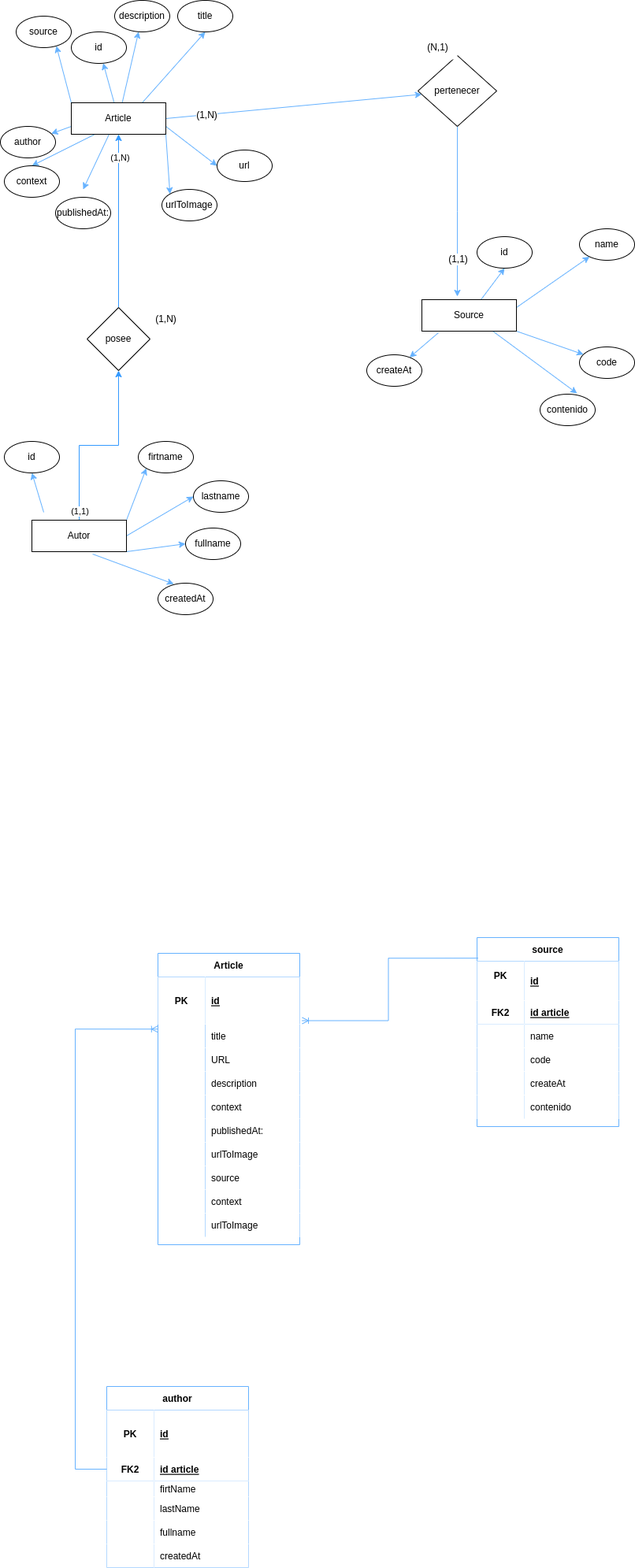
Above: info.png in santy-ramirez/basededatos (draw.io), before the change. Source tidied: cells renumbered, new cells last; positions are measured from the earlier drawing's top-left corner, leaving out a move shared by most shapes.
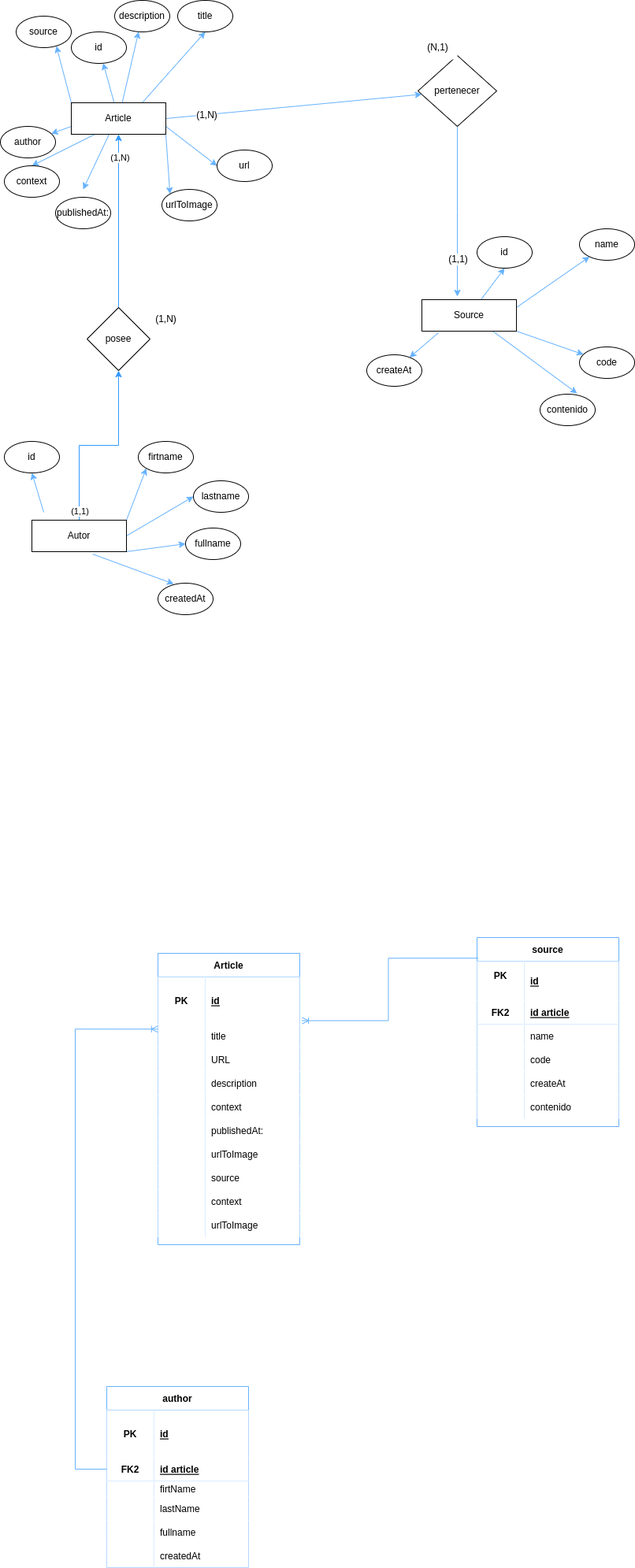
Later version of the same file.

What changed in the source:
```diff
@@ -184,7 +184,7 @@
     <mxCell id="59" style="shape=tableRow;horizontal=0;startSize=0;swimlaneHead=0;swimlaneBody=0;fillColor=none;points=[[0,0.5],[1,0.5]];portConstraint=eastwest;top=0;left=0;right=0;bottom=0;" parent="55" vertex="1">
       <mxGeometry y="90" width="180" height="30" as="geometry" />
     </mxCell>
-    <mxCell id="60" style="shape=partialRectangle;fillColor=none;top=0;left=0;bottom=0;right=0;overflow=hidden;" parent="59" vertex="1">
+    <mxCell id="60" style="shape=partialRectangle;fillColor=default;top=0;left=0;bottom=0;right=0;overflow=hidden;" parent="59" vertex="1">
       <mxGeometry width="60" height="30" as="geometry" />
     </mxCell>
     <mxCell id="61" value="title" style="shape=partialRectangle;fillColor=default;top=0;left=0;bottom=0;right=0;align=left;spacingLeft=6;overflow=hidden;" parent="59" vertex="1">
@@ -193,7 +193,7 @@
     <mxCell id="62" style="shape=tableRow;horizontal=0;startSize=0;swimlaneHead=0;swimlaneBody=0;fillColor=none;top=0;left=0;right=0;bottom=0;" parent="55" vertex="1">
       <mxGeometry y="120" width="180" height="30" as="geometry" />
     </mxCell>
-    <mxCell id="63" style="shape=partialRectangle;fillColor=none;top=0;left=0;bottom=0;right=0;overflow=hidden;" parent="62" vertex="1">
+    <mxCell id="63" style="shape=partialRectangle;fillColor=default;top=0;left=0;bottom=0;right=0;overflow=hidden;" parent="62" vertex="1">
       <mxGeometry width="60" height="30" as="geometry" />
     </mxCell>
     <mxCell id="64" value="URL" style="shape=partialRectangle;fillColor=default;top=0;left=0;bottom=0;right=0;align=left;spacingLeft=6;overflow=hidden;" parent="62" vertex="1">
@@ -202,7 +202,7 @@
     <mxCell id="65" style="shape=tableRow;horizontal=0;startSize=0;swimlaneHead=0;swimlaneBody=0;fillColor=none;top=0;left=0;right=0;bottom=0;" parent="55" vertex="1">
       <mxGeometry y="150" width="180" height="30" as="geometry" />
     </mxCell>
-    <mxCell id="66" style="shape=partialRectangle;fillColor=none;top=0;left=0;bottom=0;right=0;overflow=hidden;" parent="65" vertex="1">
+    <mxCell id="66" style="shape=partialRectangle;fillColor=default;top=0;left=0;bottom=0;right=0;overflow=hidden;" parent="65" vertex="1">
       <mxGeometry width="60" height="30" as="geometry" />
     </mxCell>
     <mxCell id="67" value="description" style="shape=partialRectangle;fillColor=default;top=0;left=0;bottom=0;right=0;align=left;spacingLeft=6;overflow=hidden;" parent="65" vertex="1">
@@ -211,7 +211,7 @@
     <mxCell id="68" style="shape=tableRow;horizontal=0;startSize=0;swimlaneHead=0;swimlaneBody=0;fillColor=none;top=0;left=0;right=0;bottom=0;" parent="55" vertex="1">
       <mxGeometry y="180" width="180" height="30" as="geometry" />
     </mxCell>
-    <mxCell id="69" style="shape=partialRectangle;fillColor=none;top=0;left=0;bottom=0;right=0;overflow=hidden;" parent="68" vertex="1">
+    <mxCell id="69" style="shape=partialRectangle;fillColor=default;top=0;left=0;bottom=0;right=0;overflow=hidden;" parent="68" vertex="1">
       <mxGeometry width="60" height="30" as="geometry" />
     </mxCell>
     <mxCell id="70" value="context" style="shape=partialRectangle;fillColor=default;top=0;left=0;bottom=0;right=0;align=left;spacingLeft=6;overflow=hidden;" parent="68" vertex="1">
@@ -220,7 +220,7 @@
     <mxCell id="71" style="shape=tableRow;horizontal=0;startSize=0;swimlaneHead=0;swimlaneBody=0;fillColor=none;top=0;left=0;right=0;bottom=0;" parent="55" vertex="1">
       <mxGeometry y="210" width="180" height="30" as="geometry" />
     </mxCell>
-    <mxCell id="72" style="shape=partialRectangle;fillColor=none;top=0;left=0;bottom=0;right=0;overflow=hidden;" parent="71" vertex="1">
+    <mxCell id="72" style="shape=partialRectangle;fillColor=default;top=0;left=0;bottom=0;right=0;overflow=hidden;" parent="71" vertex="1">
       <mxGeometry width="60" height="30" as="geometry" />
     </mxCell>
     <mxCell id="73" value="publishedAt:" style="shape=partialRectangle;fillColor=default;top=0;left=0;bottom=0;right=0;align=left;spacingLeft=6;overflow=hidden;" parent="71" vertex="1">
@@ -229,7 +229,7 @@
     <mxCell id="74" style="shape=tableRow;horizontal=0;startSize=0;swimlaneHead=0;swimlaneBody=0;fillColor=none;top=0;left=0;right=0;bottom=0;" parent="55" vertex="1">
       <mxGeometry y="240" width="180" height="30" as="geometry" />
     </mxCell>
-    <mxCell id="75" style="shape=partialRectangle;fillColor=none;top=0;left=0;bottom=0;right=0;overflow=hidden;" parent="74" vertex="1">
+    <mxCell id="75" style="shape=partialRectangle;fillColor=default;top=0;left=0;bottom=0;right=0;overflow=hidden;" parent="74" vertex="1">
       <mxGeometry width="60" height="30" as="geometry" />
     </mxCell>
     <mxCell id="76" value="urlToImage" style="shape=partialRectangle;fillColor=default;top=0;left=0;bottom=0;right=0;align=left;spacingLeft=6;overflow=hidden;" parent="74" vertex="1">
@@ -238,7 +238,7 @@
     <mxCell id="77" style="shape=tableRow;horizontal=0;startSize=0;swimlaneHead=0;swimlaneBody=0;fillColor=none;top=0;left=0;right=0;bottom=0;" parent="55" vertex="1">
       <mxGeometry y="270" width="180" height="30" as="geometry" />
     </mxCell>
-    <mxCell id="78" style="shape=partialRectangle;fillColor=none;top=0;left=0;bottom=0;right=0;overflow=hidden;" parent="77" vertex="1">
+    <mxCell id="78" style="shape=partialRectangle;fillColor=default;top=0;left=0;bottom=0;right=0;overflow=hidden;" parent="77" vertex="1">
       <mxGeometry width="60" height="30" as="geometry" />
     </mxCell>
     <mxCell id="79" value="source" style="shape=partialRectangle;fillColor=default;top=0;left=0;bottom=0;right=0;align=left;spacingLeft=6;overflow=hidden;" parent="77" vertex="1">
@@ -247,7 +247,7 @@
     <mxCell id="80" style="shape=tableRow;horizontal=0;startSize=0;swimlaneHead=0;swimlaneBody=0;fillColor=none;top=0;left=0;right=0;bottom=0;" parent="55" vertex="1">
       <mxGeometry y="300" width="180" height="30" as="geometry" />
     </mxCell>
-    <mxCell id="81" style="shape=partialRectangle;fillColor=none;top=0;left=0;bottom=0;right=0;overflow=hidden;" parent="80" vertex="1">
+    <mxCell id="81" style="shape=partialRectangle;fillColor=default;top=0;left=0;bottom=0;right=0;overflow=hidden;" parent="80" vertex="1">
       <mxGeometry width="60" height="30" as="geometry" />
     </mxCell>
     <mxCell id="82" value="context" style="shape=partialRectangle;fillColor=default;top=0;left=0;bottom=0;right=0;align=left;spacingLeft=6;overflow=hidden;" parent="80" vertex="1">
@@ -256,7 +256,7 @@
     <mxCell id="83" style="shape=tableRow;horizontal=0;startSize=0;swimlaneHead=0;swimlaneBody=0;fillColor=none;top=0;left=0;right=0;bottom=0;" parent="55" vertex="1">
       <mxGeometry y="330" width="180" height="30" as="geometry" />
     </mxCell>
-    <mxCell id="84" style="shape=partialRectangle;fillColor=none;top=0;left=0;bottom=0;right=0;overflow=hidden;" parent="83" vertex="1">
+    <mxCell id="84" style="shape=partialRectangle;fillColor=default;top=0;left=0;bottom=0;right=0;overflow=hidden;" parent="83" vertex="1">
       <mxGeometry width="60" height="30" as="geometry" />
     </mxCell>
     <mxCell id="85" value="urlToImage" style="shape=partialRectangle;fillColor=default;top=0;left=0;bottom=0;right=0;align=left;spacingLeft=6;overflow=hidden;" parent="83" vertex="1">
```
